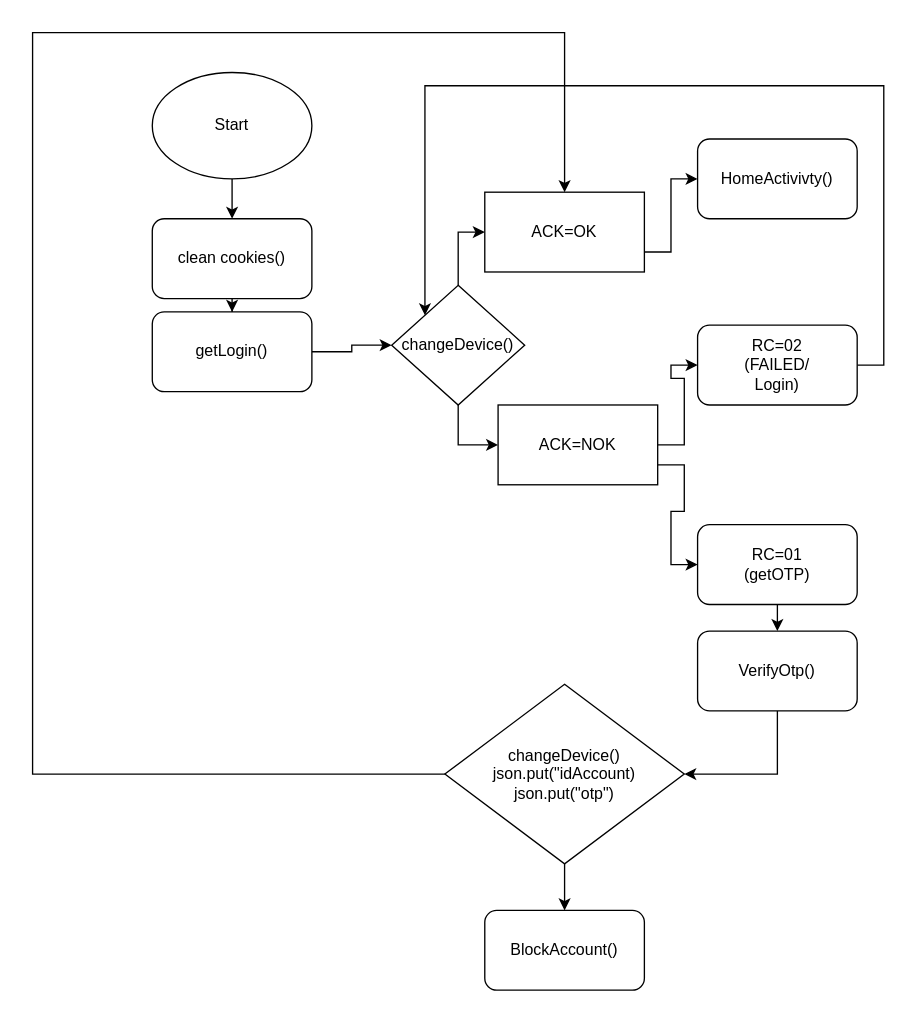
Earlier version of the draw.io diagram src/Untitled Diagram.drawio (dimaswahyu-official/react-api). Source tidied: cells renumbered, new cells numbered last; positions are measured from the earlier drawing's top-left corner, leaving out a move shared by most shapes. Both pictures are drawn from the tidied source at 133%, with x=0, y=0 at pixel (32, 32).
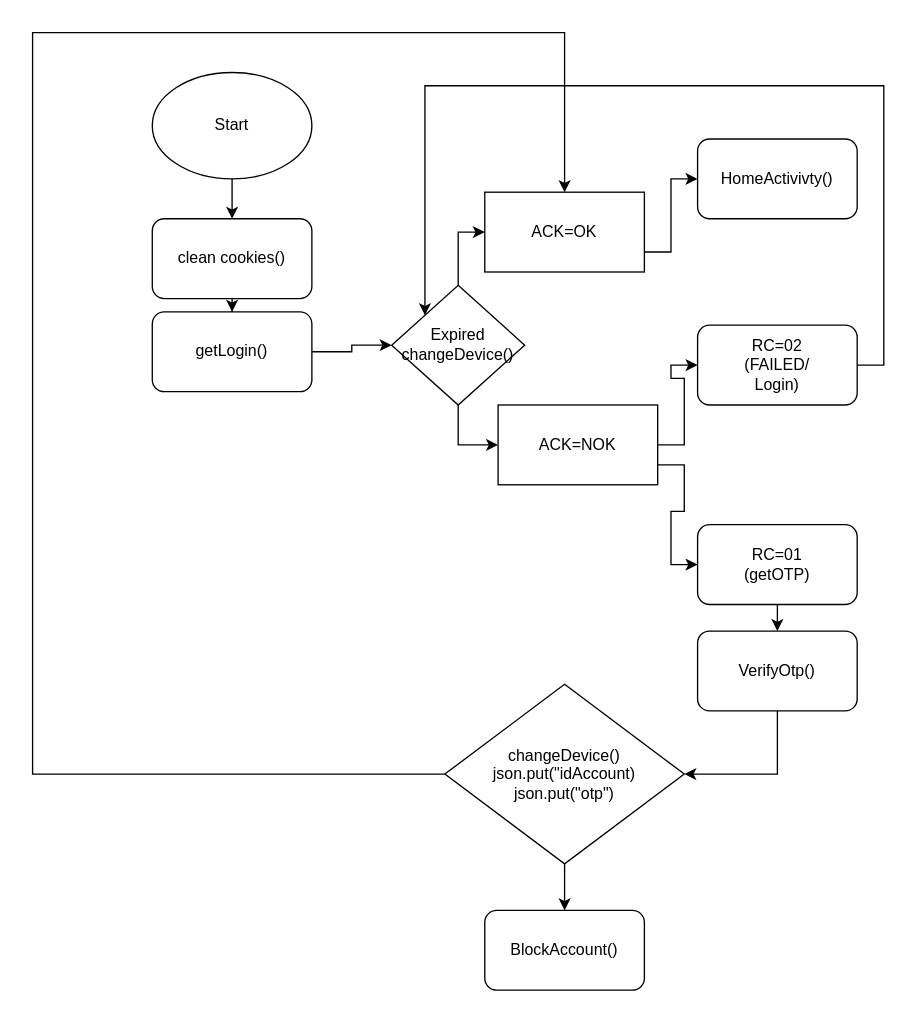
Above is the later version.

Change to the diagram source:
```diff
@@
-    <mxCell id="10" value="changeDevice()" style="rhombus;whiteSpace=wrap;html=1;" parent="1" vertex="1">
+    <mxCell id="10" value="Expired&lt;br&gt;changeDevice()" style="rhombus;whiteSpace=wrap;html=1;" parent="1" vertex="1">
       <mxGeometry x="270" y="190" width="100" height="90" as="geometry" />
     </mxCell>
```
